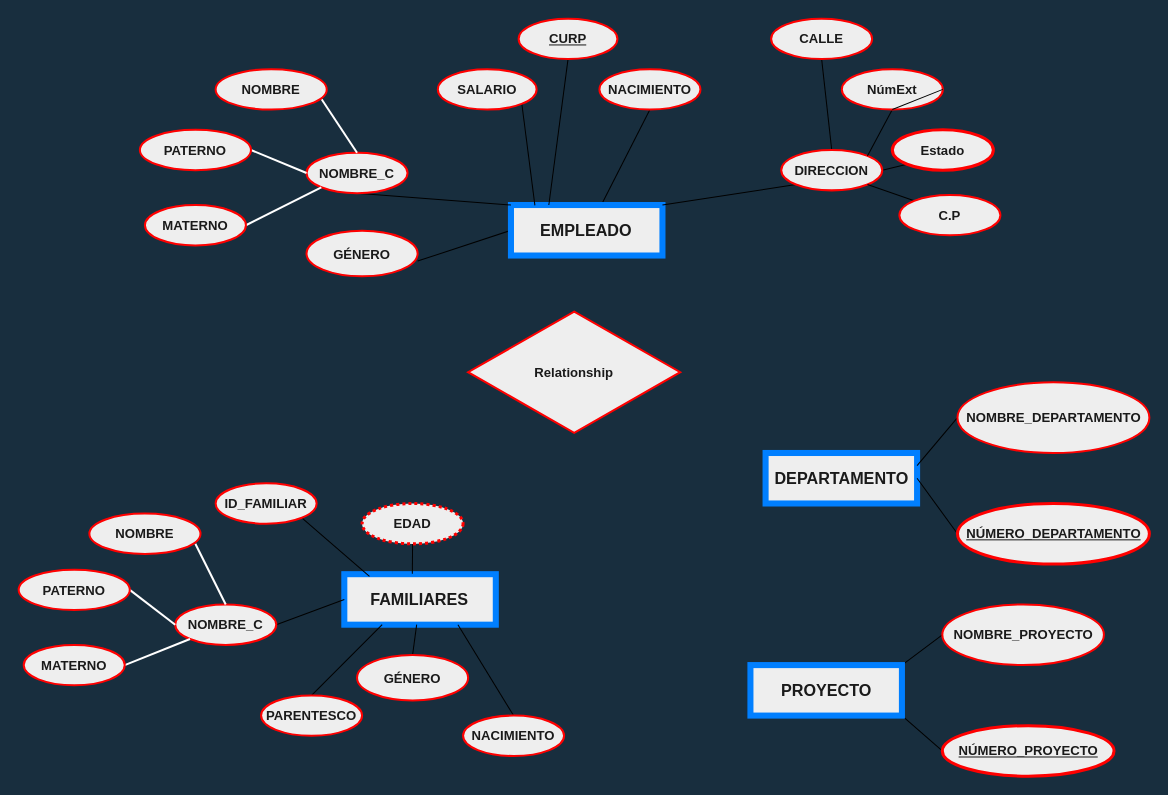
Above: 02_modelo_ER/Proyecto1/Proyecto1.drawio in Ivorguzman/Curso_UNAM_fundamentos_BD (draw.io), before the change. Source tidied: cells renumbered, new cells numbered last; positions are measured from the earlier drawing's top-left corner, leaving out a move shared by most shapes. Both pictures are drawn from the tidied source at 101%, with x=0, y=0 at pixel (18, 18).
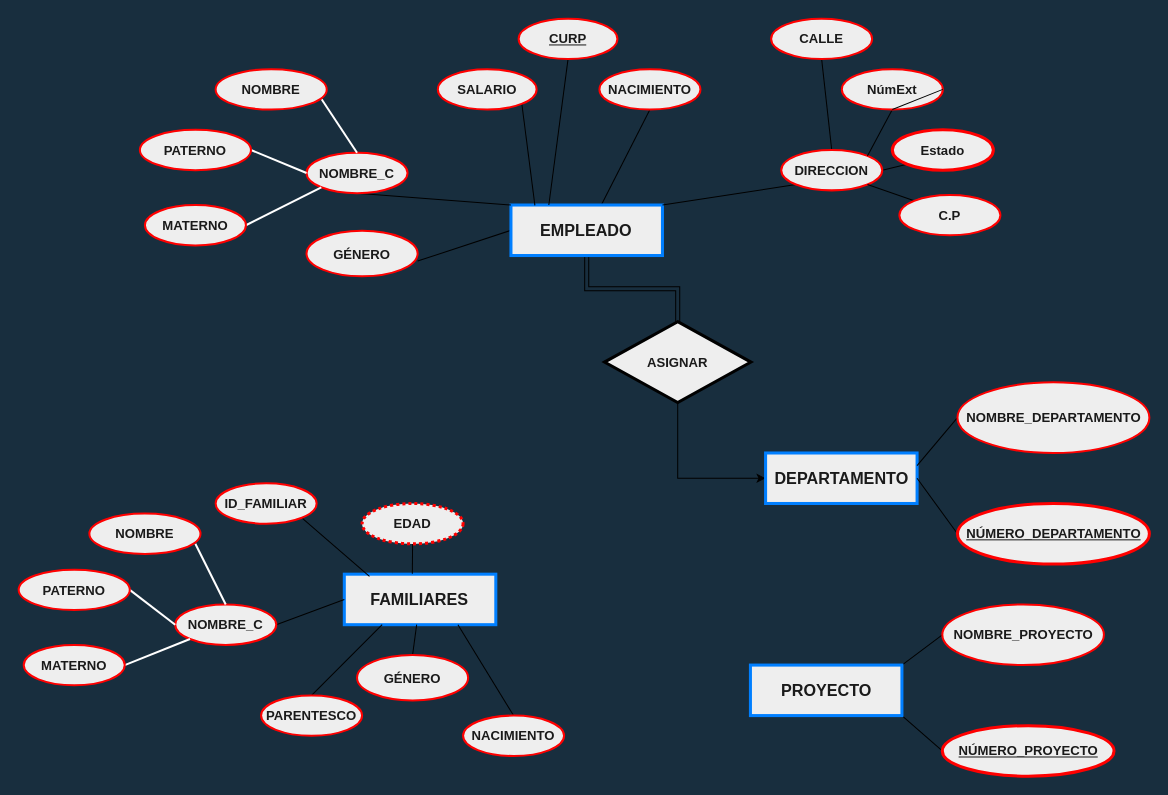
Above is the later version.

Change to the diagram source:
```diff
@@
+    <mxCell id="61" style="edgeStyle=orthogonalEdgeStyle;rounded=0;jettySize=auto;html=1;exitX=0.5;exitY=1;exitDx=0;exitDy=0;startArrow=none;startFill=0;endArrow=none;endFill=0;shape=link;" parent="1" edge="1" source="4" target="60">
+      <mxGeometry relative="1" as="geometry" />
+    </mxCell>
-    <mxCell id="4" value="EMPLEADO" style="whiteSpace=wrap;html=1;align=center;strokeWidth=6;fontSize=16;fontStyle=1;fillColor=#EEEEEE;fontColor=#1A1A1A;strokeColor=#007FFF;" parent="1" vertex="1">
+    <mxCell id="4" value="EMPLEADO" style="whiteSpace=wrap;html=1;align=center;strokeWidth=3;fontSize=16;fontStyle=1;fillColor=#EEEEEE;fontColor=#1A1A1A;strokeColor=#007FFF;" parent="1" vertex="1">
       <mxGeometry x="487.4" y="184.5" width="150" height="50" as="geometry" />
     </mxCell>
@@
+    <mxCell id="62" style="edgeStyle=orthogonalEdgeStyle;rounded=0;jettySize=auto;html=1;exitX=0;exitY=0.5;exitDx=0;exitDy=0;entryX=0.5;entryY=1;entryDx=0;entryDy=0;endArrow=none;endFill=0;startArrow=classic;startFill=1;" parent="1" edge="1" source="30" target="60">
+      <mxGeometry relative="1" as="geometry" />
+    </mxCell>
-    <mxCell id="30" value="DEPARTAMENTO" style="whiteSpace=wrap;html=1;align=center;strokeWidth=6;fontSize=16;fontStyle=1;fillColor=#EEEEEE;fontColor=#1A1A1A;strokeColor=#007FFF;" parent="1" vertex="1">
+    <mxCell id="30" value="DEPARTAMENTO" style="whiteSpace=wrap;html=1;align=center;strokeWidth=3;fontSize=16;fontStyle=1;fillColor=#EEEEEE;fontColor=#1A1A1A;strokeColor=#007FFF;" parent="1" vertex="1">
       <mxGeometry x="739.5" y="430" width="150" height="50" as="geometry" />
     </mxCell>
@@
-    <mxCell id="38" value="PROYECTO" style="whiteSpace=wrap;html=1;align=center;strokeWidth=6;fontSize=16;fontStyle=1;fillColor=#EEEEEE;fontColor=#1A1A1A;strokeColor=#007FFF;" parent="1" vertex="1">
+    <mxCell id="38" value="PROYECTO" style="whiteSpace=wrap;html=1;align=center;strokeWidth=3;fontSize=16;fontStyle=1;fillColor=#EEEEEE;fontColor=#1A1A1A;strokeColor=#007FFF;" parent="1" vertex="1">
       <mxGeometry x="724.5" y="640" width="150" height="50" as="geometry" />
     </mxCell>
@@
-    <mxCell id="41" value="FAMILIARES" style="whiteSpace=wrap;html=1;align=center;strokeWidth=6;fontSize=16;fontStyle=1;fillColor=#EEEEEE;fontColor=#1A1A1A;strokeColor=#007FFF;" parent="1" vertex="1">
+    <mxCell id="41" value="FAMILIARES" style="whiteSpace=wrap;html=1;align=center;strokeWidth=3;fontSize=16;fontStyle=1;fillColor=#EEEEEE;fontColor=#1A1A1A;strokeColor=#007FFF;" parent="1" vertex="1">
       <mxGeometry x="322.4" y="550" width="150" height="50" as="geometry" />
     </mxCell>
@@
-    <mxCell id="60" value="Relationship" style="shape=rhombus;perimeter=rhombusPerimeter;whiteSpace=wrap;html=1;align=center;fontSize=13;fontColor=#1A1A1A;fontStyle=1;strokeColor=#FF0000;strokeWidth=2;fillColor=#EEEEEE;" parent="1" vertex="1">
-      <mxGeometry x="445" y="290" width="210" height="120" as="geometry" />
+    <mxCell id="60" value="ASIGNAR" style="shape=rhombus;perimeter=rhombusPerimeter;whiteSpace=wrap;html=1;align=center;fontSize=13;fontColor=#1A1A1A;fontStyle=1;strokeWidth=3;fillColor=#EEEEEE;strokeColor=#000000;" parent="1" vertex="1">
+      <mxGeometry x="580" y="300" width="145" height="80" as="geometry" />
     </mxCell>
```
